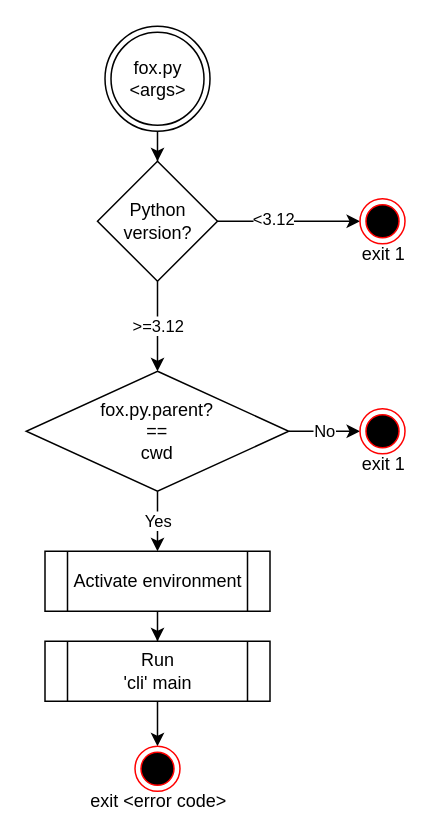
This is docs/developer-manual/fox-cli/fox.py.drawio from foxBMS/foxbms-2, a draw.io file, before an edit. Source tidied: cells renumbered, new cells numbered last; positions are measured from the earlier drawing's top-left corner, leaving out a move shared by most shapes. Both pictures are drawn from the tidied source at 150%, with x=0, y=0 at pixel (26, 26).
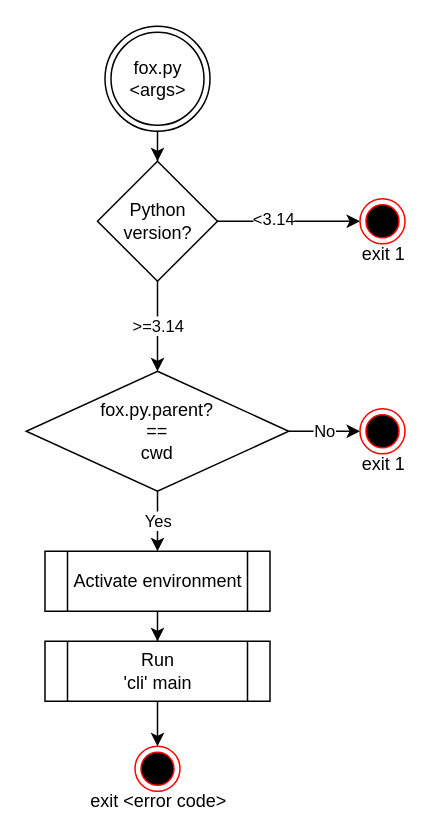
The same page after the edit.

The edit, as a diff of the source:
```diff
@@
 <mxGraphModel>
   <root>
     <mxCell id="0" />
     <mxCell id="1" parent="0" />
     <mxCell id="2" style="edgeStyle=orthogonalEdgeStyle;rounded=0;jettySize=auto;html=1;exitX=0.5;exitY=1;exitDx=0;exitDy=0;" parent="1" edge="1" source="13" target="6">
       <mxGeometry relative="1" as="geometry" />
     </mxCell>
     <mxCell id="3" style="edgeStyle=orthogonalEdgeStyle;rounded=0;jettySize=auto;html=1;entryX=0;entryY=0.5;entryDx=0;entryDy=0;" parent="1" edge="1" source="6" target="7">
       <mxGeometry relative="1" as="geometry" />
     </mxCell>
-    <mxCell id="4" value="&amp;lt;3.12" style="edgeLabel;html=1;align=center;verticalAlign=middle;" parent="3" vertex="1">
+    <mxCell id="4" value="&amp;lt;3.14" style="edgeLabel;html=1;align=center;verticalAlign=middle;" parent="3" vertex="1">
       <mxGeometry x="-0.23" y="2" relative="1" as="geometry" />
     </mxCell>
-    <mxCell id="5" value="&amp;gt;=3.12" style="edgeStyle=orthogonalEdgeStyle;rounded=0;jettySize=auto;html=1;entryX=0.5;entryY=0;entryDx=0;entryDy=0;" parent="1" edge="1" source="6" target="10">
+    <mxCell id="5" value="&amp;gt;=3.14" style="edgeStyle=orthogonalEdgeStyle;rounded=0;jettySize=auto;html=1;entryX=0.5;entryY=0;entryDx=0;entryDy=0;" parent="1" edge="1" source="6" target="10">
       <mxGeometry relative="1" as="geometry" />
     </mxCell>
     <mxCell id="6" value="Python&lt;div&gt;version?&lt;/div&gt;" style="rhombus;whiteSpace=wrap;html=1;" parent="1" vertex="1">
       <mxGeometry x="47.5" y="90" width="80" height="80" as="geometry" />
     </mxCell>
     <mxCell id="7" value="&lt;div&gt;&lt;br&gt;&lt;/div&gt;&lt;div&gt;&lt;br&gt;&lt;/div&gt;&lt;div&gt;&lt;br&gt;&lt;/div&gt;&lt;div&gt;&lt;span style=&quot;background-color: initial;&quot;&gt;exit 1&lt;/span&gt;&lt;br&gt;&lt;/div&gt;" style="ellipse;html=1;shape=endState;fillColor=#000000;strokeColor=#ff0000;" parent="1" vertex="1">
       <mxGeometry x="222.5" y="115" width="30" height="30" as="geometry" />
     </mxCell>
     <mxCell id="8" value="Yes" style="edgeStyle=orthogonalEdgeStyle;rounded=0;jettySize=auto;html=1;" parent="1" edge="1" source="10" target="12">
       <mxGeometry relative="1" as="geometry" />
     </mxCell>
     <mxCell id="9" value="No" style="edgeStyle=orthogonalEdgeStyle;rounded=0;jettySize=auto;html=1;entryX=0;entryY=0.5;entryDx=0;entryDy=0;" parent="1" edge="1" source="10" target="17">
       <mxGeometry relative="1" as="geometry" />
     </mxCell>
     <mxCell id="10" value="&lt;div&gt;fox.py.parent?&lt;/div&gt;&lt;div&gt;==&lt;/div&gt;&lt;div&gt;cwd&lt;/div&gt;" style="rhombus;whiteSpace=wrap;html=1;" parent="1" vertex="1">
       <mxGeometry y="230" width="175" height="80" as="geometry" />
     </mxCell>
     <mxCell id="11" style="edgeStyle=orthogonalEdgeStyle;rounded=0;jettySize=auto;html=1;" parent="1" edge="1" source="12" target="15">
       <mxGeometry relative="1" as="geometry" />
     </mxCell>
     <mxCell id="12" value="Activate environment" style="shape=process;whiteSpace=wrap;html=1;backgroundOutline=1;" parent="1" vertex="1">
       <mxGeometry x="12.5" y="350" width="150" height="40" as="geometry" />
     </mxCell>
     <mxCell id="13" value="fox.py &amp;lt;args&amp;gt;" style="ellipse;shape=doubleEllipse;html=1;dashed=0;whiteSpace=wrap;" parent="1" vertex="1">
       <mxGeometry x="52.5" width="70" height="70" as="geometry" />
     </mxCell>
     <mxCell id="14" style="edgeStyle=orthogonalEdgeStyle;rounded=0;jettySize=auto;html=1;" parent="1" edge="1" source="15" target="16">
       <mxGeometry relative="1" as="geometry" />
     </mxCell>
     <mxCell id="15" value="Run&lt;div&gt;'cli' main&lt;/div&gt;" style="shape=process;whiteSpace=wrap;html=1;backgroundOutline=1;" parent="1" vertex="1">
       <mxGeometry x="12.5" y="410" width="150" height="40" as="geometry" />
     </mxCell>
     <mxCell id="16" value="&lt;div&gt;&lt;br&gt;&lt;/div&gt;&lt;div&gt;&lt;br&gt;&lt;/div&gt;&lt;div&gt;&lt;br&gt;&lt;/div&gt;&lt;div&gt;&lt;span style=&quot;background-color: initial;&quot;&gt;exit &amp;lt;error code&amp;gt;&lt;/span&gt;&lt;br&gt;&lt;/div&gt;" style="ellipse;html=1;shape=endState;fillColor=#000000;strokeColor=#ff0000;" parent="1" vertex="1">
       <mxGeometry x="72.5" y="480" width="30" height="30" as="geometry" />
     </mxCell>
     <mxCell id="17" value="&lt;div&gt;&lt;br&gt;&lt;/div&gt;&lt;div&gt;&lt;br&gt;&lt;/div&gt;&lt;div&gt;&lt;br&gt;&lt;/div&gt;&lt;div&gt;&lt;span style=&quot;background-color: initial;&quot;&gt;exit 1&lt;/span&gt;&lt;br&gt;&lt;/div&gt;" style="ellipse;html=1;shape=endState;fillColor=#000000;strokeColor=#ff0000;" parent="1" vertex="1">
       <mxGeometry x="222.5" y="255" width="30" height="30" as="geometry" />
     </mxCell>
   </root>
 </mxGraphModel>
```
